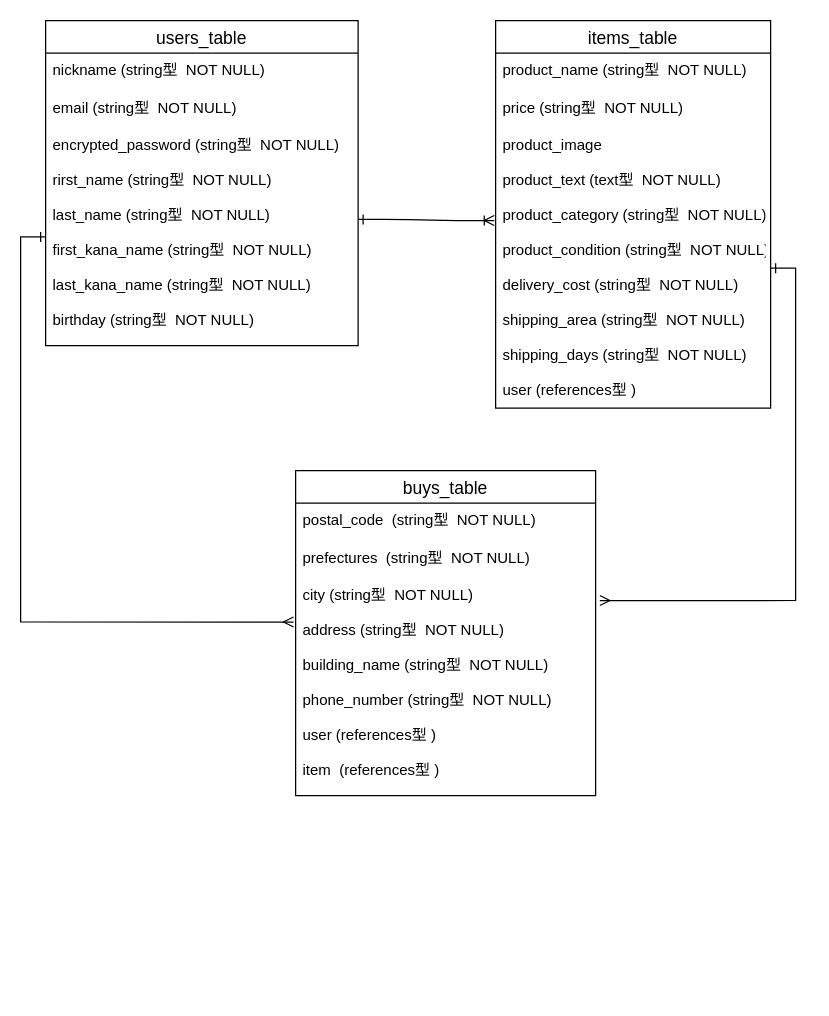
Before: furima_data1.dio in ko25252929/furima-33534, a draw.io diagram. Source tidied: cells renumbered, new cells numbered last; positions are measured from the earlier drawing's top-left corner, leaving out a move shared by most shapes. Both pictures are drawn from the tidied source at 125%, with x=0, y=0 at pixel (45, 20).
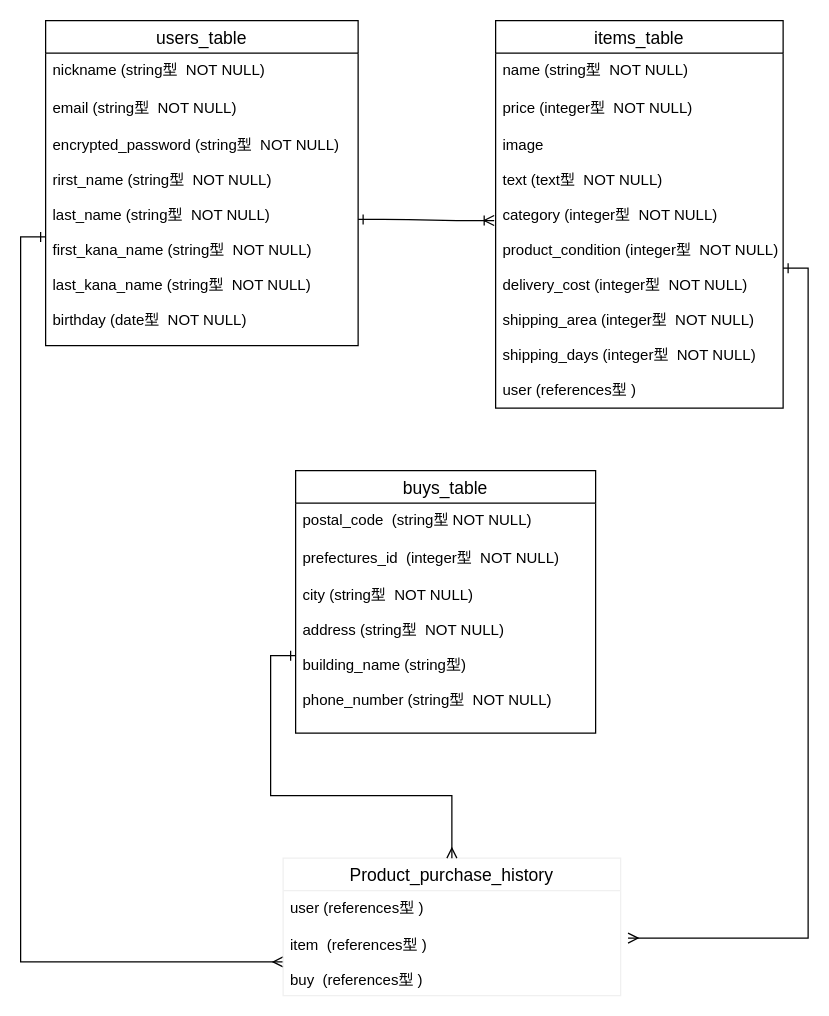
Above is the later version.

The change refers to these unchanged cells:
```xml
<mxCell id="2" value="users_table" style="swimlane;fontStyle=0;horizontal=1;startSize=26;align=center;fontSize=14;labelBackgroundColor=none;" parent="1" vertex="1">
  <mxGeometry width="250" height="260" as="geometry" />
</mxCell>
```

Change to the diagram source:
```diff
@@
-    <mxCell id="5" value="encrypted_password (string型  NOT NULL)&#10;&#10;rirst_name (string型  NOT NULL)&#10;&#10;last_name (string型  NOT NULL)&#10;&#10;first_kana_name (string型  NOT NULL)&#10;&#10;last_kana_name (string型  NOT NULL)&#10;&#10;birthday (string型  NOT NULL)" style="text;strokeColor=none;fillColor=none;spacingLeft=4;spacingRight=4;overflow=hidden;points=[[0,0.5],[1,0.5]];portConstraint=eastwest;fontSize=12;labelBackgroundColor=none;" parent="2" vertex="1">
+    <mxCell id="5" value="encrypted_password (string型  NOT NULL)&#10;&#10;rirst_name (string型  NOT NULL)&#10;&#10;last_name (string型  NOT NULL)&#10;&#10;first_kana_name (string型  NOT NULL)&#10;&#10;last_kana_name (string型  NOT NULL)&#10;&#10;birthday (date型  NOT NULL)" style="text;strokeColor=none;fillColor=none;spacingLeft=4;spacingRight=4;overflow=hidden;points=[[0,0.5],[1,0.5]];portConstraint=eastwest;fontSize=12;labelBackgroundColor=none;" parent="2" vertex="1">
       <mxGeometry y="86" width="250" height="174" as="geometry" />
     </mxCell>
     <mxCell id="6" value="items_table" style="swimlane;fontStyle=0;horizontal=1;startSize=26;align=center;fontSize=14;" parent="1" vertex="1">
-      <mxGeometry x="360" width="220" height="310" as="geometry" />
+      <mxGeometry x="360" width="230" height="310" as="geometry" />
     </mxCell>
-    <mxCell id="7" value="product_name (string型  NOT NULL)" style="text;strokeColor=none;fillColor=none;spacingLeft=4;spacingRight=4;overflow=hidden;fontSize=12;" parent="6" vertex="1">
-      <mxGeometry y="26" width="220" height="30" as="geometry" />
+    <mxCell id="7" value="name (string型  NOT NULL)" style="text;strokeColor=none;fillColor=none;spacingLeft=4;spacingRight=4;overflow=hidden;fontSize=12;" parent="6" vertex="1">
+      <mxGeometry y="26" width="230" height="30" as="geometry" />
     </mxCell>
-    <mxCell id="8" value="price (string型  NOT NULL)" style="text;strokeColor=none;fillColor=none;spacingLeft=4;spacingRight=4;overflow=hidden;fontSize=12;" parent="6" vertex="1">
-      <mxGeometry y="56" width="220" height="30" as="geometry" />
+    <mxCell id="8" value="price (integer型  NOT NULL)" style="text;strokeColor=none;fillColor=none;spacingLeft=4;spacingRight=4;overflow=hidden;fontSize=12;" parent="6" vertex="1">
+      <mxGeometry y="56" width="230" height="30" as="geometry" />
     </mxCell>
-    <mxCell id="9" value="product_image&#10;&#10;product_text (text型  NOT NULL)&#10;&#10;product_category (string型  NOT NULL)&#10;&#10;product_condition (string型  NOT NULL)&#10;&#10;delivery_cost (string型  NOT NULL)&#10;&#10;shipping_area (string型  NOT NULL)&#10;&#10;shipping_days (string型  NOT NULL)&#10;&#10;user (references型 )&#10;&#10;" style="text;strokeColor=none;fillColor=none;spacingLeft=4;spacingRight=4;overflow=hidden;points=[[0,0.5],[1,0.5]];portConstraint=eastwest;fontSize=12;" parent="6" vertex="1">
-      <mxGeometry y="86" width="220" height="224" as="geometry" />
+    <mxCell id="9" value="image&#10;&#10;text (text型  NOT NULL)&#10;&#10;category (integer型  NOT NULL)&#10;&#10;product_condition (integer型  NOT NULL)&#10;&#10;delivery_cost (integer型  NOT NULL)&#10;&#10;shipping_area (integer型  NOT NULL)&#10;&#10;shipping_days (integer型  NOT NULL)&#10;&#10;user (references型 )&#10;&#10;" style="text;strokeColor=none;fillColor=none;spacingLeft=4;spacingRight=4;overflow=hidden;points=[[0,0.5],[1,0.5]];portConstraint=eastwest;fontSize=12;" parent="6" vertex="1">
+      <mxGeometry y="86" width="230" height="224" as="geometry" />
     </mxCell>
     <mxCell id="10" value="buys_table" style="swimlane;fontStyle=0;horizontal=1;startSize=26;align=center;fontSize=14;" parent="1" vertex="1">
-      <mxGeometry x="200" y="360" width="240" height="260" as="geometry" />
+      <mxGeometry x="200" y="360" width="240" height="210" as="geometry" />
     </mxCell>
-    <mxCell id="11" value="postal_code  (string型  NOT NULL)" style="text;strokeColor=none;fillColor=none;spacingLeft=4;spacingRight=4;overflow=hidden;fontSize=12;" parent="10" vertex="1">
+    <mxCell id="11" value="postal_code  (string型 NOT NULL)" style="text;strokeColor=none;fillColor=none;spacingLeft=4;spacingRight=4;overflow=hidden;fontSize=12;" parent="10" vertex="1">
       <mxGeometry y="26" width="240" height="30" as="geometry" />
     </mxCell>
-    <mxCell id="12" value="prefectures  (string型  NOT NULL)" style="text;strokeColor=none;fillColor=none;spacingLeft=4;spacingRight=4;overflow=hidden;fontSize=12;" parent="10" vertex="1">
+    <mxCell id="12" value="prefectures_id  (integer型  NOT NULL)" style="text;strokeColor=none;fillColor=none;spacingLeft=4;spacingRight=4;overflow=hidden;fontSize=12;" parent="10" vertex="1">
       <mxGeometry y="56" width="240" height="30" as="geometry" />
     </mxCell>
-    <mxCell id="13" value="city (string型  NOT NULL)&#10;&#10;address (string型  NOT NULL)&#10;&#10;building_name (string型  NOT NULL)&#10;&#10;phone_number (string型  NOT NULL)&#10;&#10;user (references型 )&#10;&#10;item  (references型 )" style="text;strokeColor=none;fillColor=none;spacingLeft=4;spacingRight=4;overflow=hidden;points=[[0,0.5],[1,0.5]];portConstraint=eastwest;fontSize=12;" parent="10" vertex="1">
-      <mxGeometry y="86" width="240" height="174" as="geometry" />
+    <mxCell id="13" value="city (string型  NOT NULL)&#10;&#10;address (string型  NOT NULL)&#10;&#10;building_name (string型)&#10;&#10;phone_number (string型  NOT NULL)&#10;&#10;" style="text;strokeColor=none;fillColor=none;spacingLeft=4;spacingRight=4;overflow=hidden;points=[[0,0.5],[1,0.5]];portConstraint=eastwest;fontSize=12;" parent="10" vertex="1">
+      <mxGeometry y="86" width="240" height="124" as="geometry" />
     </mxCell>
@@
-    <mxCell id="15" style="edgeStyle=orthogonalEdgeStyle;rounded=0;jettySize=auto;html=1;exitX=1;exitY=0.5;exitDx=0;exitDy=0;entryX=1.014;entryY=0.103;entryDx=0;entryDy=0;entryPerimeter=0;endArrow=ERmany;endFill=0;startArrow=ERone;startFill=0;" parent="1" edge="1" source="9" target="13">
+    <mxCell id="15" style="edgeStyle=orthogonalEdgeStyle;rounded=0;jettySize=auto;html=1;exitX=1;exitY=0.5;exitDx=0;exitDy=0;entryX=1.022;entryY=0.148;entryDx=0;entryDy=0;entryPerimeter=0;endArrow=ERmany;endFill=0;startArrow=ERone;startFill=0;" parent="1" edge="1" source="9" target="19">
       <mxGeometry relative="1" as="geometry" />
     </mxCell>
-    <mxCell id="16" style="edgeStyle=orthogonalEdgeStyle;rounded=0;jettySize=auto;html=1;exitX=0;exitY=0.5;exitDx=0;exitDy=0;startArrow=ERone;startFill=0;endArrow=ERmany;endFill=0;entryX=-0.007;entryY=0.202;entryDx=0;entryDy=0;entryPerimeter=0;" parent="1" edge="1" source="5" target="13">
+    <mxCell id="16" style="edgeStyle=orthogonalEdgeStyle;rounded=0;jettySize=auto;html=1;exitX=0;exitY=0.5;exitDx=0;exitDy=0;startArrow=ERone;startFill=0;endArrow=ERmany;endFill=0;entryX=0;entryY=0.5;entryDx=0;entryDy=0;" parent="1" edge="1" source="5" target="19">
       <mxGeometry relative="1" as="geometry" />
     </mxCell>
+    <mxCell id="17" value="Product_purchase_history" style="swimlane;fontStyle=0;horizontal=1;startSize=26;align=center;fontSize=14;labelBackgroundColor=none;strokeColor=#f0f0f0;" parent="1" vertex="1">
+      <mxGeometry x="190" y="670" width="270" height="110" as="geometry" />
+    </mxCell>
+    <mxCell id="18" value="user (references型 )" style="text;strokeColor=none;fillColor=none;spacingLeft=4;spacingRight=4;overflow=hidden;fontSize=12;" parent="17" vertex="1">
+      <mxGeometry y="26" width="270" height="30" as="geometry" />
+    </mxCell>
+    <mxCell id="19" value="item  (references型 )&#10;&#10;buy  (references型 )&#10;" style="text;strokeColor=none;fillColor=none;spacingLeft=4;spacingRight=4;overflow=hidden;points=[[0,0.5],[1,0.5]];portConstraint=eastwest;fontSize=12;" parent="17" vertex="1">
+      <mxGeometry y="56" width="270" height="54" as="geometry" />
+    </mxCell>
+    <mxCell id="20" style="edgeStyle=orthogonalEdgeStyle;rounded=0;jettySize=auto;html=1;exitX=0;exitY=0.5;exitDx=0;exitDy=0;entryX=0.5;entryY=0;entryDx=0;entryDy=0;endArrow=ERmany;endFill=0;startArrow=ERone;startFill=0;" parent="1" edge="1" source="13" target="17">
+      <mxGeometry relative="1" as="geometry" />
+    </mxCell>
```
